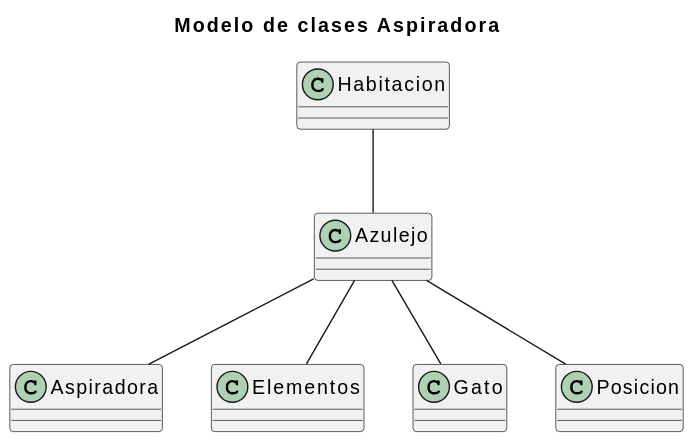
The PlantUML diagram img/ModeloDelDominio.svg in mmasias/23-24-IdSw2-SDD, before a commit.
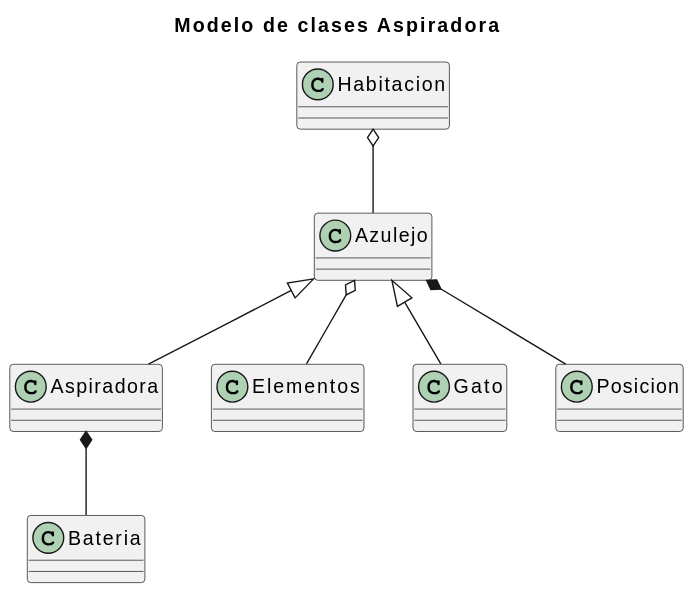
The same file after the commit.

What changed in the source:
```diff
@@ -22,11 +22,17 @@
 }
 
 class Posicion {
+
 }
 
-Habitacion -- Azulejo
-Azulejo -- Aspiradora
-Azulejo--Elementos
-Azulejo -- Gato
-Azulejo -- Posicion
+class Bateria {
+
+}
+
+Habitacion o-- Azulejo
+Azulejo <|-- Aspiradora
+Azulejo o--Elementos
+Azulejo <|-- Gato
+Azulejo *-- Posicion
+Aspiradora *-- Bateria
 @enduml
```
